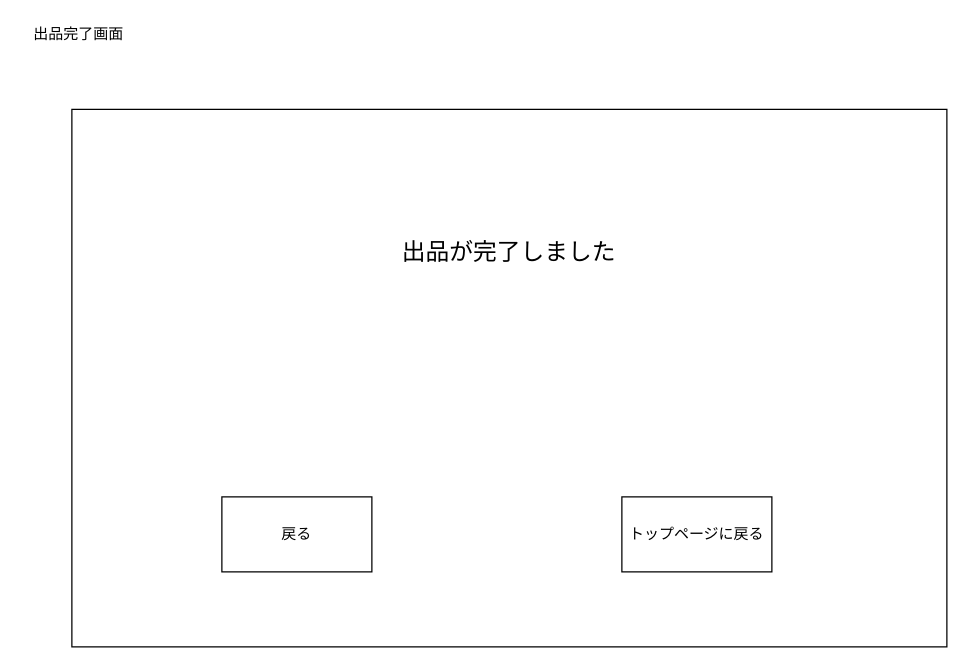
Above: レイアウト図/会員画面/出品/出品完了画面.drawio in 2022java42-student009/ProjectJava (draw.io), before the change. Source tidied: cells renumbered, new cells numbered last; positions are measured from the earlier drawing's top-left corner, leaving out a move shared by most shapes. Both pictures are drawn from the tidied source at 125%, with x=0, y=0 at pixel (21, 21).
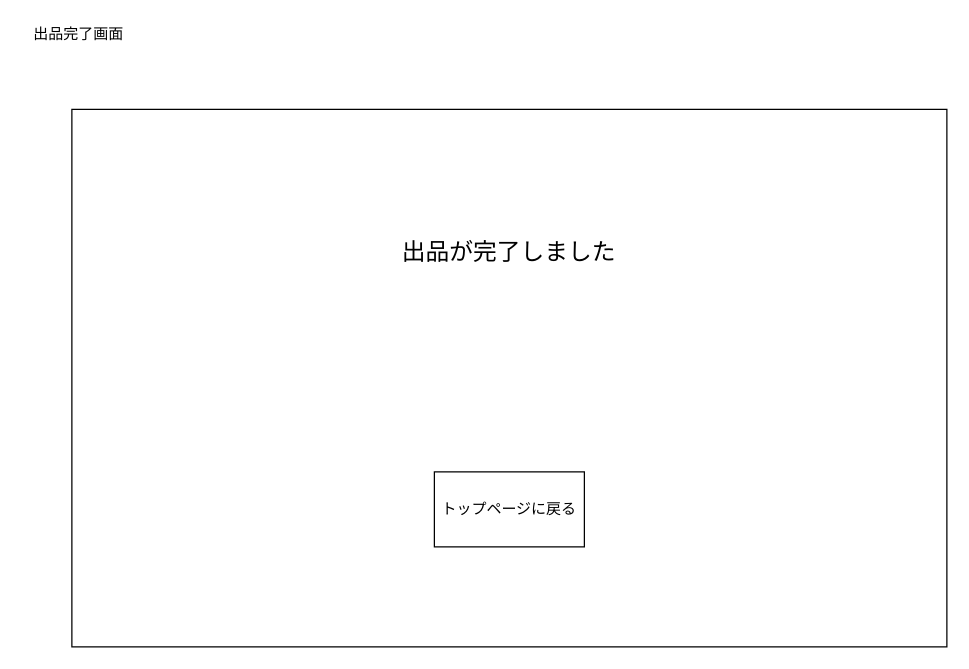
The same page after the edit.

Change to the diagram source:
```diff
@@
 <mxGraphModel>
   <root>
     <mxCell id="0" />
     <mxCell id="1" parent="0" />
     <mxCell id="2" style="rounded=0;whiteSpace=wrap;html=1;" parent="1" vertex="1">
       <mxGeometry x="40" y="70" width="700" height="430" as="geometry" />
     </mxCell>
     <mxCell id="3" value="&lt;span&gt;出品完了画面&lt;/span&gt;" style="text;html=1;align=center;verticalAlign=middle;strokeColor=none;fillColor=none;" parent="1" vertex="1">
       <mxGeometry width="90" height="20" as="geometry" />
     </mxCell>
-    <mxCell id="4" value="戻る" style="rounded=0;whiteSpace=wrap;html=1;" parent="1" vertex="1">
-      <mxGeometry x="160" y="380" width="120" height="60" as="geometry" />
-    </mxCell>
     <mxCell id="5" value="トップページに戻る" style="rounded=0;whiteSpace=wrap;html=1;" parent="1" vertex="1">
-      <mxGeometry x="480" y="380" width="120" height="60" as="geometry" />
+      <mxGeometry x="330" y="360" width="120" height="60" as="geometry" />
     </mxCell>
     <mxCell id="6" value="出品が完了しました" style="text;html=1;strokeColor=none;fillColor=none;align=center;verticalAlign=middle;whiteSpace=wrap;rounded=0;fontSize=19;" parent="1" vertex="1">
       <mxGeometry x="300" y="170" width="180" height="30" as="geometry" />
     </mxCell>
   </root>
 </mxGraphModel>
```
